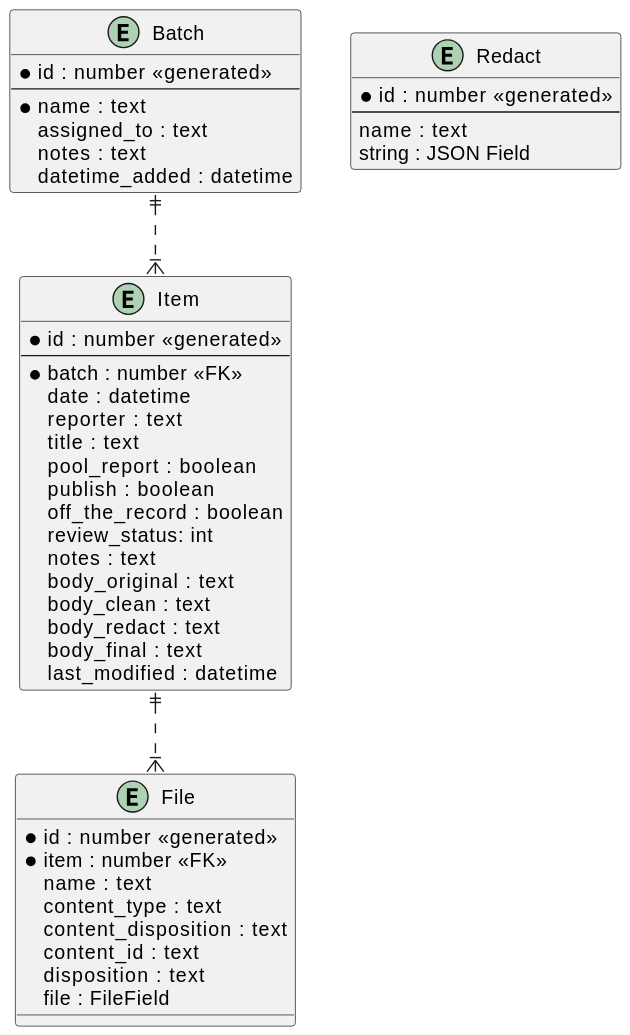
Earlier version of the PlantUML export docs/images/db_schema.svg (timkanke/scutes).
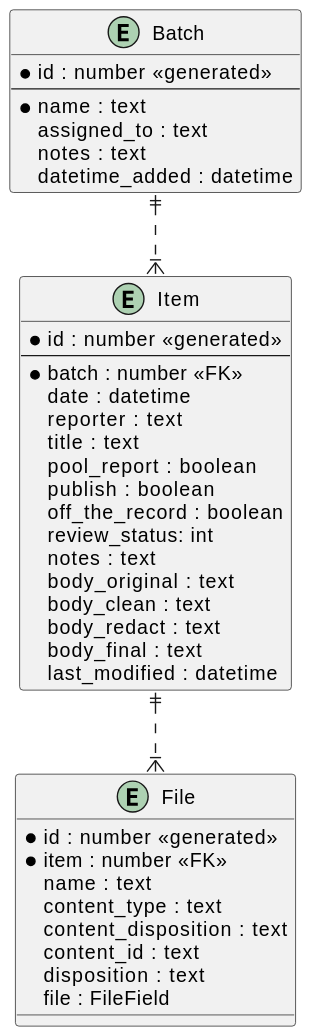
The same file after the commit.

Commit message:
LIBWHCA-206 Modified Database Schema

The edit, as a diff of the source:
```diff
@@ -39,14 +39,6 @@
   last_modified : datetime
 }
 
-entity "Redact" as Redact {
-  *id : number <<generated>>
-  --
-  name : text
-  string : JSON Field
-}
-
-
 Batch ||..|{ Item
 Item ||..|{ File
 
```
